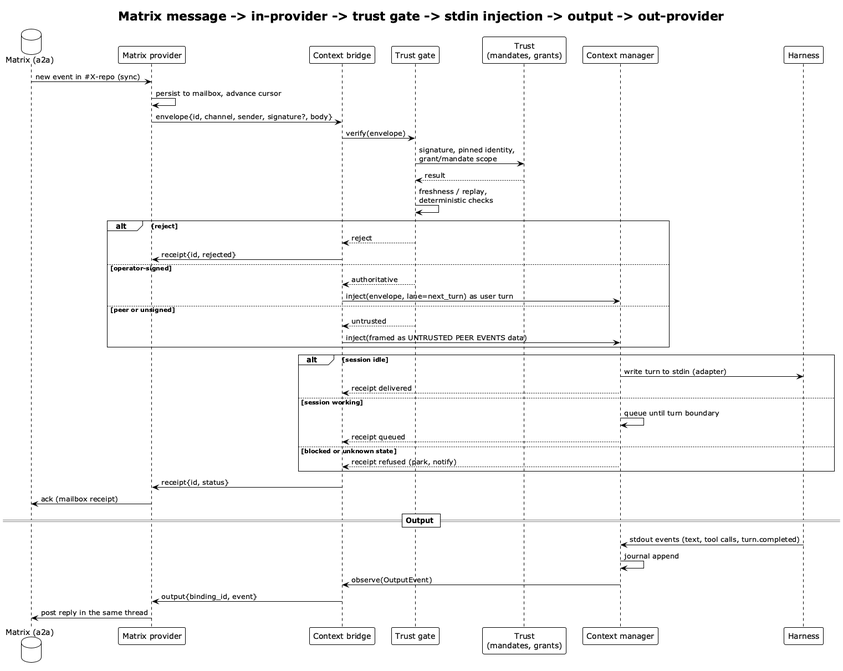
The PlantUML diagram diagrams/artefacts/plantuml/matrix-message-injection.png in relux-works/swarm-platform-architecture, before a commit. Source of this version:
```plantuml
@startuml matrix-message-injection
!theme plain
title Matrix message -> in-provider -> trust gate -> stdin injection -> output -> out-provider

database "Matrix (a2a)" as MX
participant "Matrix provider" as MP
participant "Context bridge" as BR
participant "Trust gate" as TG
participant "Trust\n(mandates, grants)" as T
participant "Context manager" as CM
participant "Harness" as H

MX -> MP: new event in #X-repo (sync)
MP -> MP: persist to mailbox, advance cursor
MP -> BR: envelope{id, channel, sender, signature?, body}
BR -> TG: verify(envelope)
TG -> T: signature, pinned identity,\ngrant/mandate scope
T --> TG: result
TG -> TG: freshness / replay,\ndeterministic checks

alt reject
  TG --> BR: reject
  BR -> MP: receipt{id, rejected}
else operator-signed
  TG --> BR: authoritative
  BR -> CM: inject(envelope, lane=next_turn) as user turn
else peer or unsigned
  TG --> BR: untrusted
  BR -> CM: inject(framed as UNTRUSTED PEER EVENTS data)
end

alt session idle
  CM -> H: write turn to stdin (adapter)
  CM --> BR: receipt delivered
else session working
  CM -> CM: queue until turn boundary
  CM --> BR: receipt queued
else blocked or unknown state
  CM --> BR: receipt refused (park, notify)
end
BR -> MP: receipt{id, status}
MP -> MX: ack (mailbox receipt)

== Output ==
H -> CM: stdout events (text, tool calls, turn.completed)
CM -> CM: journal append
CM -> BR: observe(OutputEvent)
BR -> MP: output{binding_id, event}
MP -> MX: post reply in the same thread
@enduml
```
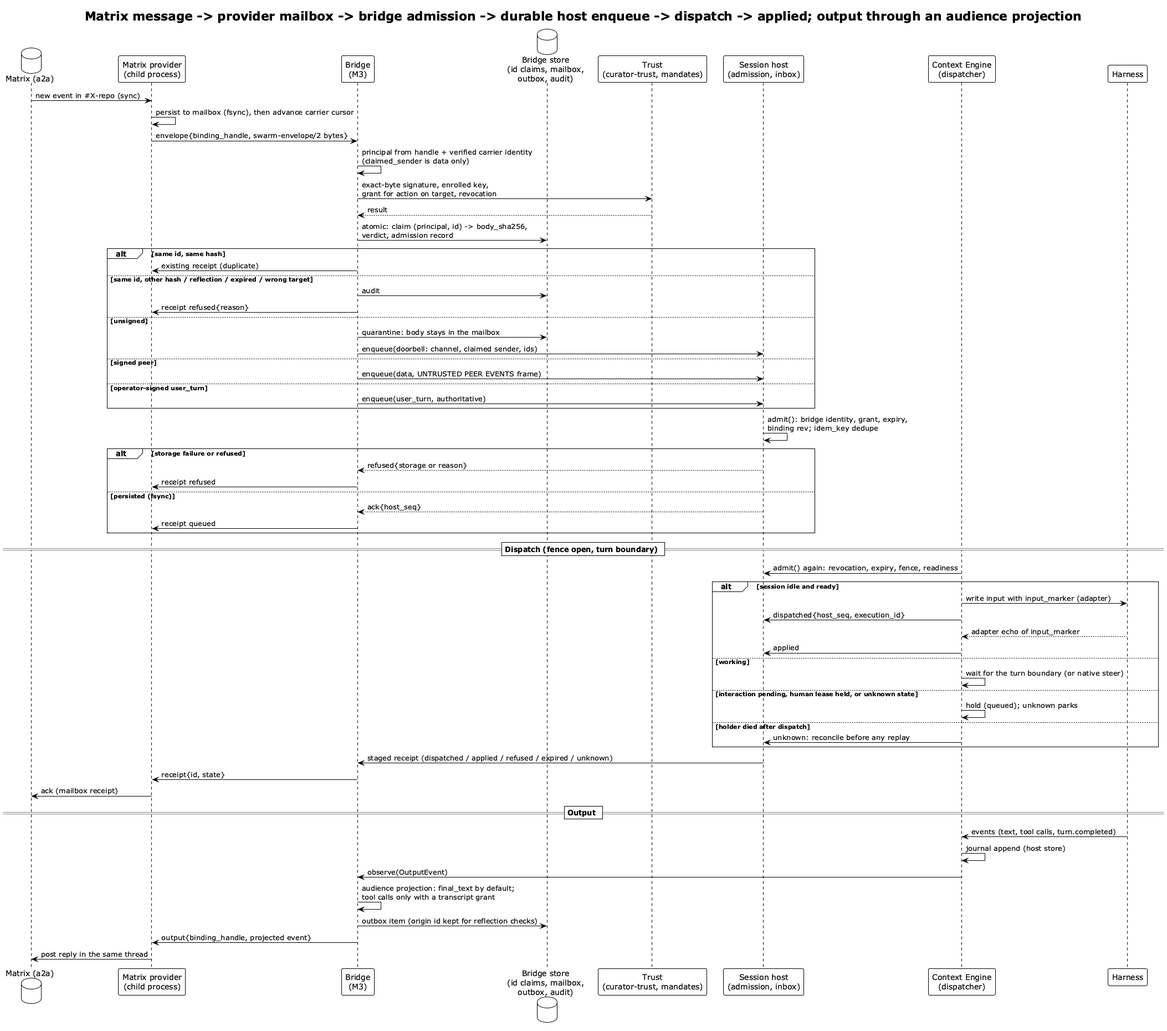
After the change.

The edit, as a diff of the source:
```diff
@@ -1,50 +1,71 @@
 @startuml matrix-message-injection
 !theme plain
-title Matrix message -> in-provider -> trust gate -> stdin injection -> output -> out-provider
+title Matrix message -> provider mailbox -> bridge admission -> durable host enqueue -> dispatch -> applied; output through an audience projection
 
 database "Matrix (a2a)" as MX
-participant "Matrix provider" as MP
-participant "Context bridge" as BR
-participant "Trust gate" as TG
-participant "Trust\n(mandates, grants)" as T
-participant "Context manager" as CM
+participant "Matrix provider\n(child process)" as MP
+participant "Bridge\n(M3)" as BR
+database "Bridge store\n(id claims, mailbox,\noutbox, audit)" as BS
+participant "Trust\n(curator-trust, mandates)" as T
+participant "Session host\n(admission, inbox)" as SH
+participant "Context Engine\n(dispatcher)" as CE
 participant "Harness" as H
 
 MX -> MP: new event in #X-repo (sync)
-MP -> MP: persist to mailbox, advance cursor
-MP -> BR: envelope{id, channel, sender, signature?, body}
-BR -> TG: verify(envelope)
-TG -> T: signature, pinned identity,\ngrant/mandate scope
-T --> TG: result
-TG -> TG: freshness / replay,\ndeterministic checks
+MP -> MP: persist to mailbox (fsync), then advance carrier cursor
+MP -> BR: envelope{binding_handle, swarm-envelope/2 bytes}
+BR -> BR: principal from handle + verified carrier identity\n(claimed_sender is data only)
+BR -> T: exact-byte signature, enrolled key,\ngrant for action on target, revocation
+T --> BR: result
 
-alt reject
-  TG --> BR: reject
-  BR -> MP: receipt{id, rejected}
-else operator-signed
-  TG --> BR: authoritative
-  BR -> CM: inject(envelope, lane=next_turn) as user turn
-else peer or unsigned
-  TG --> BR: untrusted
-  BR -> CM: inject(framed as UNTRUSTED PEER EVENTS data)
+BR -> BS: atomic: claim (principal, id) -> body_sha256,\nverdict, admission record
+alt same id, same hash
+  BR -> MP: existing receipt (duplicate)
+else same id, other hash / reflection / expired / wrong target
+  BR -> BS: audit
+  BR -> MP: receipt refused{reason}
+else unsigned
+  BR -> BS: quarantine: body stays in the mailbox
+  BR -> SH: enqueue(doorbell: channel, claimed sender, ids)
+else signed peer
+  BR -> SH: enqueue(data, UNTRUSTED PEER EVENTS frame)
+else operator-signed user_turn
+  BR -> SH: enqueue(user_turn, authoritative)
 end
 
-alt session idle
-  CM -> H: write turn to stdin (adapter)
-  CM --> BR: receipt delivered
-else session working
-  CM -> CM: queue until turn boundary
-  CM --> BR: receipt queued
-else blocked or unknown state
-  CM --> BR: receipt refused (park, notify)
+SH -> SH: admit(): bridge identity, grant, expiry,\nbinding rev; idem_key dedupe
+alt storage failure or refused
+  SH --> BR: refused{storage or reason}
+  BR -> MP: receipt refused
+else persisted (fsync)
+  SH --> BR: ack{host_seq}
+  BR -> MP: receipt queued
 end
-BR -> MP: receipt{id, status}
+
+== Dispatch (fence open, turn boundary) ==
+CE -> SH: admit() again: revocation, expiry, fence, readiness
+alt session idle and ready
+  CE -> H: write input with input_marker (adapter)
+  CE -> SH: dispatched{host_seq, execution_id}
+  H --> CE: adapter echo of input_marker
+  CE -> SH: applied
+else working
+  CE -> CE: wait for the turn boundary (or native steer)
+else interaction pending, human lease held, or unknown state
+  CE -> CE: hold (queued); unknown parks
+else holder died after dispatch
+  CE -> SH: unknown: reconcile before any replay
+end
+SH -> BR: staged receipt (dispatched / applied / refused / expired / unknown)
+BR -> MP: receipt{id, state}
 MP -> MX: ack (mailbox receipt)
 
 == Output ==
-H -> CM: stdout events (text, tool calls, turn.completed)
-CM -> CM: journal append
-CM -> BR: observe(OutputEvent)
-BR -> MP: output{binding_id, event}
+H -> CE: events (text, tool calls, turn.completed)
+CE -> CE: journal append (host store)
+CE -> BR: observe(OutputEvent)
+BR -> BR: audience projection: final_text by default;\ntool calls only with a transcript grant
+BR -> BS: outbox item (origin id kept for reflection checks)
+BR -> MP: output{binding_handle, projected event}
 MP -> MX: post reply in the same thread
 @enduml
```
